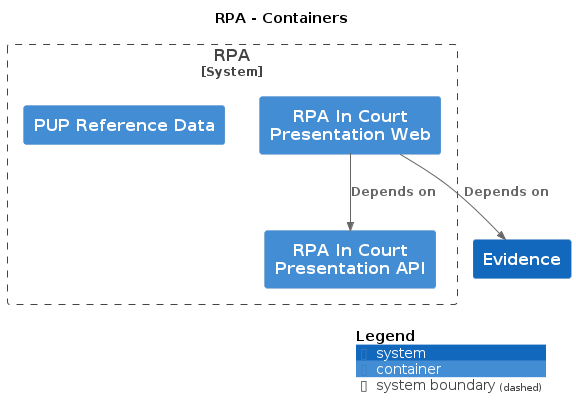
This is docs/c4/rpa/images/structurizr-rpa-overview.png from hmcts/cnp-api-docs, a PlantUML export, as it was before one commit.
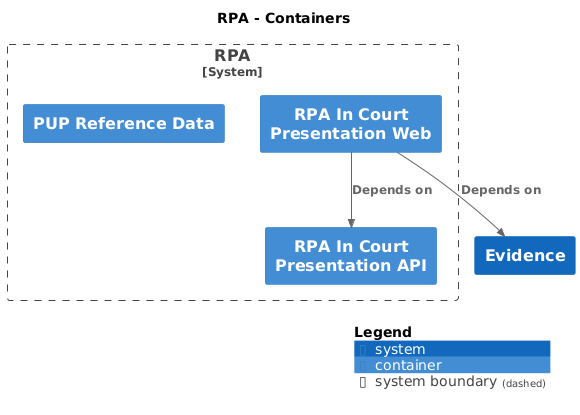
The same file after the commit.

Change to the diagram source:
```diff
@@ -16,8 +16,8 @@
   Container(RPA.PUPReferenceData, "PUP Reference Data", $techn="", $descr="", $tags="", $link="")
 }
 
-Rel_D(RPA.RPAInCourtPresentationWeb, RPA.RPAInCourtPresentationAPI, "Depends on", $techn="", $tags="", $link="")
-Rel_D(RPA.RPAInCourtPresentationWeb, Evidence, "Depends on", $techn="", $tags="", $link="")
+Rel(RPA.RPAInCourtPresentationWeb, RPA.RPAInCourtPresentationAPI, "Depends on", $techn="", $tags="", $link="")
+Rel(RPA.RPAInCourtPresentationWeb, Evidence, "Depends on", $techn="", $tags="", $link="")
 
 SHOW_DYNAMIC_LEGEND()
 @enduml
```
